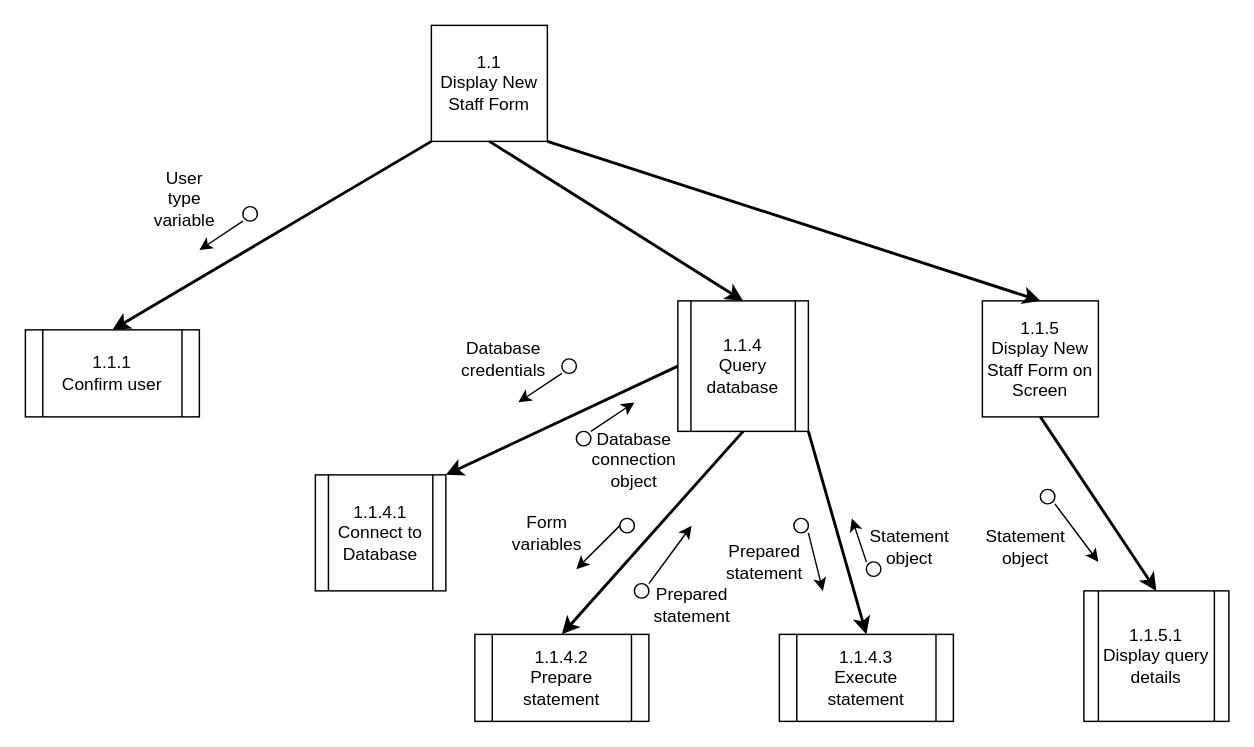
Harlento/SchedulingSystem keeps this draw.io diagram as page "1.1: Display New Staff Form" (1 of 2) of Diagrams/StructureCharts/Proc1CreateStaff.drawio. Above is the earlier version. Source tidied: cells renumbered, new cells numbered last; positions are measured from the earlier drawing's top-left corner, leaving out a move shared by most shapes. Both pictures are drawn from the tidied source at 145%, with x=0, y=0 at pixel (25, 25).
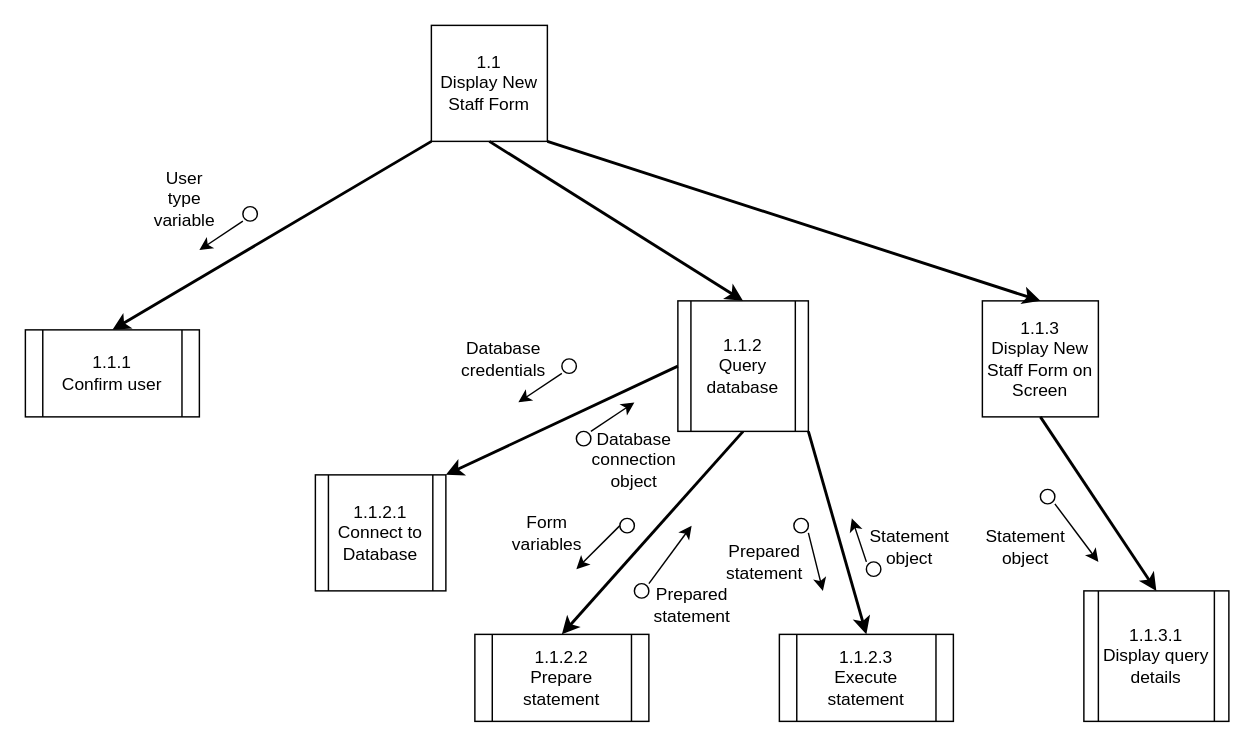
The same diagram, later.

Change to the diagram source:
```diff
@@
-    <mxCell id="3" value="1.1.5&lt;br&gt;Display New Staff Form on Screen" style="whiteSpace=wrap;html=1;" parent="1" vertex="1">
+    <mxCell id="3" value="1.1.3&lt;br&gt;Display New Staff Form on Screen" style="whiteSpace=wrap;html=1;" parent="1" vertex="1">
       <mxGeometry x="660" y="190" width="80" height="80" as="geometry" />
     </mxCell>
@@
-    <mxCell id="8" value="1.1.5.1&lt;br&gt;Display query details" style="shape=process;whiteSpace=wrap;html=1;backgroundOutline=1;" parent="1" vertex="1">
+    <mxCell id="8" value="1.1.3.1&lt;br&gt;Display query details" style="shape=process;whiteSpace=wrap;html=1;backgroundOutline=1;" parent="1" vertex="1">
       <mxGeometry x="730" y="390" width="100" height="90" as="geometry" />
     </mxCell>
@@
-    <mxCell id="10" value="1.1.4&lt;br&gt;Query database" style="shape=process;whiteSpace=wrap;html=1;backgroundOutline=1;" parent="1" vertex="1">
+    <mxCell id="10" value="1.1.2&lt;br&gt;Query database" style="shape=process;whiteSpace=wrap;html=1;backgroundOutline=1;" parent="1" vertex="1">
       <mxGeometry x="450" y="190" width="90" height="90" as="geometry" />
     </mxCell>
-    <mxCell id="11" value="1.1.4.1&lt;br&gt;Connect to Database" style="shape=process;whiteSpace=wrap;html=1;backgroundOutline=1;" parent="1" vertex="1">
+    <mxCell id="11" value="1.1.2.1&lt;br&gt;Connect to Database" style="shape=process;whiteSpace=wrap;html=1;backgroundOutline=1;" parent="1" vertex="1">
       <mxGeometry x="200" y="310" width="90" height="80" as="geometry" />
     </mxCell>
@@
-    <mxCell id="29" value="1.1.4.2&lt;br&gt;Prepare statement" style="shape=process;whiteSpace=wrap;html=1;backgroundOutline=1;" parent="1" vertex="1">
+    <mxCell id="29" value="1.1.2.2&lt;br&gt;Prepare statement" style="shape=process;whiteSpace=wrap;html=1;backgroundOutline=1;" parent="1" vertex="1">
       <mxGeometry x="310" y="420" width="120" height="60" as="geometry" />
     </mxCell>
-    <mxCell id="30" value="1.1.4.3&lt;br&gt;Execute statement" style="shape=process;whiteSpace=wrap;html=1;backgroundOutline=1;" parent="1" vertex="1">
+    <mxCell id="30" value="1.1.2.3&lt;br&gt;Execute statement" style="shape=process;whiteSpace=wrap;html=1;backgroundOutline=1;" parent="1" vertex="1">
       <mxGeometry x="520" y="420" width="120" height="60" as="geometry" />
     </mxCell>
```
